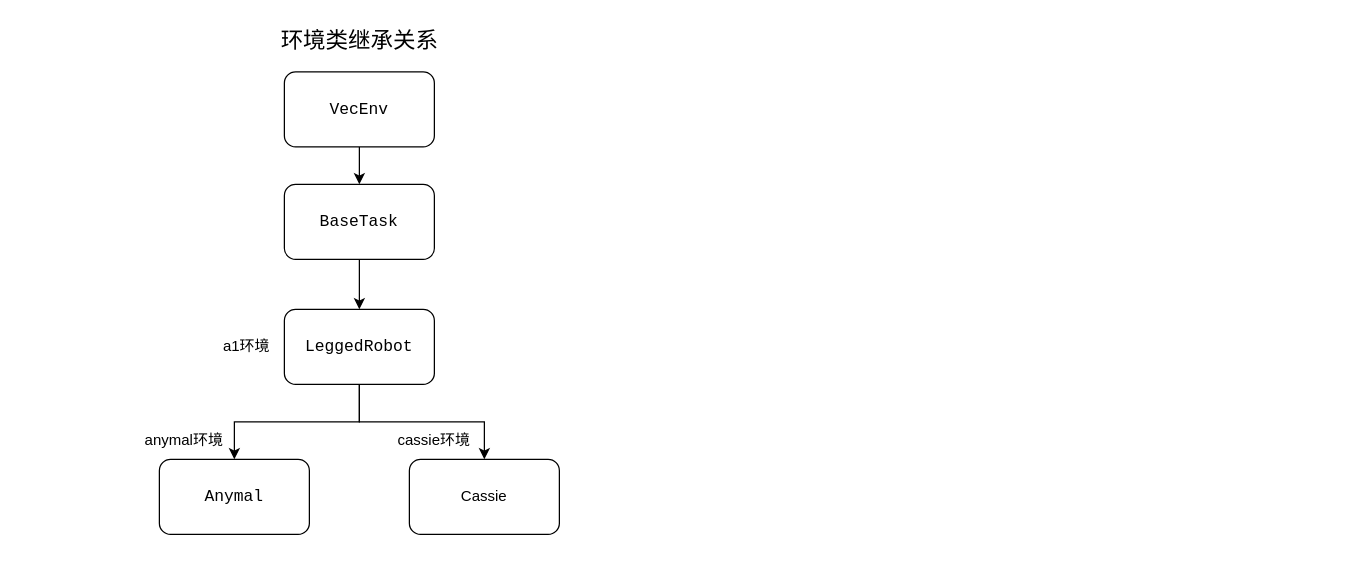
This is legged_gym.drawio from ChenZheng29/mm_legged_gym, a draw.io file, before an edit. Source tidied: cells renumbered, new cells numbered last; positions are measured from the earlier drawing's top-left corner, leaving out a move shared by most shapes. Both pictures are drawn from the tidied source at 125%, with x=0, y=0 at pixel (134, 21).
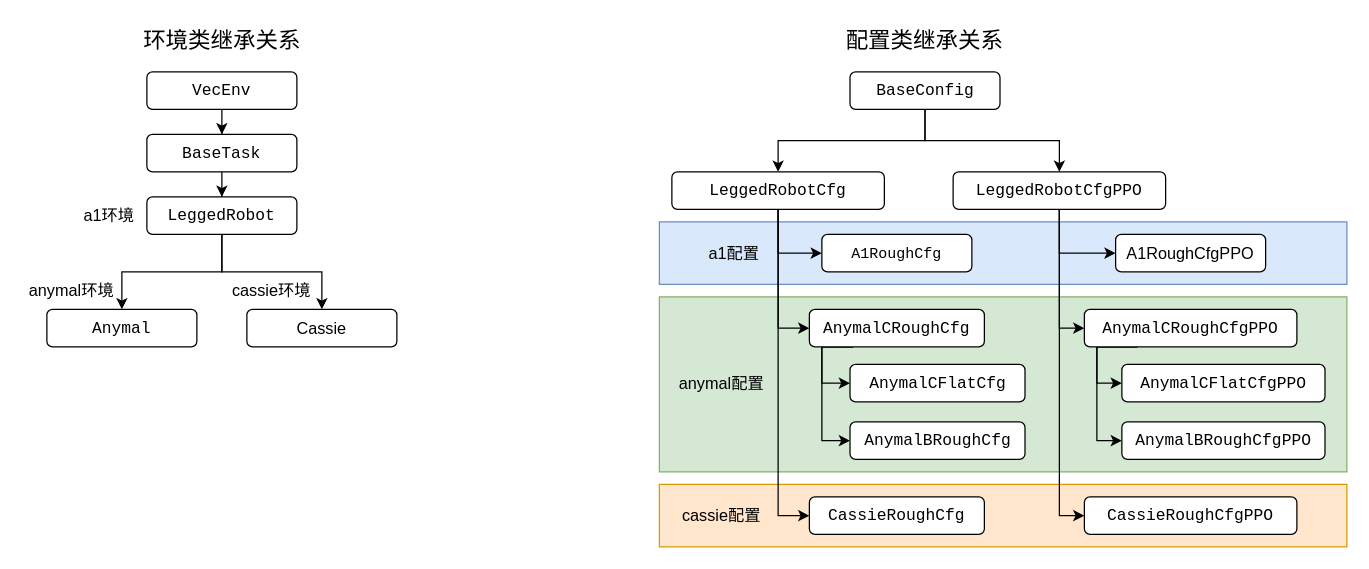
The same diagram, later.

What changed in the source:
```diff
@@
+    <mxCell id="15" style="whiteSpace=wrap;html=1;fillColor=#ffe6cc;strokeColor=#d79b00;" parent="1" vertex="1">
+      <mxGeometry x="420" y="370" width="550" height="50" as="geometry" />
+    </mxCell>
+    <mxCell id="16" style="whiteSpace=wrap;html=1;fillColor=#d5e8d4;strokeColor=#82b366;" parent="1" vertex="1">
+      <mxGeometry x="420" y="220" width="550" height="140" as="geometry" />
+    </mxCell>
+    <mxCell id="17" style="whiteSpace=wrap;html=1;fillColor=#dae8fc;strokeColor=#6c8ebf;" parent="1" vertex="1">
+      <mxGeometry x="420" y="160" width="550" height="50" as="geometry" />
+    </mxCell>
@@
-    <mxCell id="3" value="&lt;div&gt;&lt;pre style=&quot;font-family: &amp;quot;JetBrains Mono&amp;quot;, monospace; font-size: 9.8pt;&quot;&gt;&lt;font style=&quot;color: rgb(0, 0, 0);&quot;&gt;VecEnv&lt;/font&gt;&lt;/pre&gt;&lt;/div&gt;" style="rounded=1;whiteSpace=wrap;html=1;" parent="1" vertex="1">
-      <mxGeometry x="120" y="40" width="120" height="60" as="geometry" />
+    <mxCell id="3" value="&lt;div&gt;&lt;pre style=&quot;font-family: &amp;quot;JetBrains Mono&amp;quot;, monospace;&quot;&gt;&lt;font style=&quot;color: rgb(0, 0, 0); font-size: 13px;&quot;&gt;VecEnv&lt;/font&gt;&lt;/pre&gt;&lt;/div&gt;" style="rounded=1;whiteSpace=wrap;html=1;" parent="1" vertex="1">
+      <mxGeometry x="10" y="40" width="120" height="30" as="geometry" />
     </mxCell>
@@
     <mxCell id="5" value="&lt;div&gt;&lt;pre style=&quot;font-family: &amp;quot;JetBrains Mono&amp;quot;, monospace; font-size: 9.8pt;&quot;&gt;&lt;span&gt;&lt;font style=&quot;color: rgb(0, 0, 0);&quot;&gt;BaseTask&lt;/font&gt;&lt;/span&gt;&lt;/pre&gt;&lt;/div&gt;" style="whiteSpace=wrap;html=1;rounded=1;" parent="1" vertex="1">
-      <mxGeometry x="120" y="130" width="120" height="60" as="geometry" />
+      <mxGeometry x="10" y="90" width="120" height="30" as="geometry" />
     </mxCell>
@@
-    <mxCell id="8" value="&lt;div style=&quot;&quot;&gt;&lt;pre style=&quot;font-family: &amp;quot;JetBrains Mono&amp;quot;, monospace; font-size: 9.8pt;&quot;&gt;&lt;span&gt;&lt;font style=&quot;color: rgb(0, 0, 0);&quot;&gt;LeggedRobot&lt;/font&gt;&lt;/span&gt;&lt;/pre&gt;&lt;/div&gt;" style="whiteSpace=wrap;html=1;rounded=1;" parent="1" vertex="1">
-      <mxGeometry x="120" y="230" width="120" height="60" as="geometry" />
+    <mxCell id="8" value="&lt;div style=&quot;&quot;&gt;&lt;pre style=&quot;font-family: &amp;quot;JetBrains Mono&amp;quot;, monospace;&quot;&gt;&lt;font style=&quot;color: rgb(0, 0, 0); font-size: 13px;&quot;&gt;LeggedRobot&lt;/font&gt;&lt;/pre&gt;&lt;/div&gt;" style="whiteSpace=wrap;html=1;rounded=1;" parent="1" vertex="1">
+      <mxGeometry x="10" y="140" width="120" height="30" as="geometry" />
     </mxCell>
     <mxCell id="9" value="&lt;font style=&quot;font-size: 18px;&quot;&gt;环境类继承关系&lt;/font&gt;" style="text;strokeColor=none;align=center;fillColor=none;html=1;verticalAlign=middle;whiteSpace=wrap;rounded=0;" parent="1" vertex="1">
-      <mxGeometry x="112.5" width="135" height="30" as="geometry" />
+      <mxGeometry x="2.5" width="135" height="30" as="geometry" />
     </mxCell>
-    <mxCell id="10" value="a1环境" style="text;strokeColor=none;align=center;fillColor=none;html=1;verticalAlign=middle;whiteSpace=wrap;rounded=0;" parent="1" vertex="1">
-      <mxGeometry x="60" y="245" width="60" height="30" as="geometry" />
+    <mxCell id="10" value="&lt;font style=&quot;font-size: 13px;&quot;&gt;a1环境&lt;/font&gt;" style="text;strokeColor=none;align=center;fillColor=none;html=1;verticalAlign=middle;whiteSpace=wrap;rounded=0;" parent="1" vertex="1">
+      <mxGeometry x="-50" y="140" width="60" height="30" as="geometry" />
     </mxCell>
-    <mxCell id="11" value="&lt;div style=&quot;&quot;&gt;&lt;pre style=&quot;font-family: &amp;quot;JetBrains Mono&amp;quot;, monospace; font-size: 9.8pt;&quot;&gt;&lt;span&gt;&lt;font style=&quot;color: rgb(0, 0, 0);&quot;&gt;Anymal&lt;/font&gt;&lt;/span&gt;&lt;/pre&gt;&lt;/div&gt;" style="whiteSpace=wrap;html=1;rounded=1;" parent="1" vertex="1">
-      <mxGeometry x="20" y="350" width="120" height="60" as="geometry" />
+    <mxCell id="11" value="&lt;div style=&quot;&quot;&gt;&lt;pre style=&quot;font-family: &amp;quot;JetBrains Mono&amp;quot;, monospace;&quot;&gt;&lt;font style=&quot;color: rgb(0, 0, 0); font-size: 13px;&quot;&gt;Anymal&lt;/font&gt;&lt;/pre&gt;&lt;/div&gt;" style="whiteSpace=wrap;html=1;rounded=1;" parent="1" vertex="1">
+      <mxGeometry x="-70" y="230" width="120" height="30" as="geometry" />
     </mxCell>
-    <mxCell id="12" value="anymal环境" style="text;strokeColor=none;align=center;fillColor=none;html=1;verticalAlign=middle;whiteSpace=wrap;rounded=0;" parent="1" vertex="1">
-      <mxGeometry y="320" width="80" height="30" as="geometry" />
+    <mxCell id="12" value="&lt;font style=&quot;font-size: 13px;&quot;&gt;anymal环境&lt;/font&gt;" style="text;strokeColor=none;align=center;fillColor=none;html=1;verticalAlign=middle;whiteSpace=wrap;rounded=0;" parent="1" vertex="1">
+      <mxGeometry x="-90" y="200" width="80" height="30" as="geometry" />
     </mxCell>
-    <mxCell id="13" value="Cassie" style="whiteSpace=wrap;html=1;rounded=1;" parent="1" vertex="1">
-      <mxGeometry x="220" y="350" width="120" height="60" as="geometry" />
+    <mxCell id="13" value="&lt;font style=&quot;font-size: 13px;&quot;&gt;Cassie&lt;/font&gt;" style="whiteSpace=wrap;html=1;rounded=1;" parent="1" vertex="1">
+      <mxGeometry x="90" y="230" width="120" height="30" as="geometry" />
     </mxCell>
-    <mxCell id="14" value="cassie环境" style="text;strokeColor=none;align=center;fillColor=none;html=1;verticalAlign=middle;whiteSpace=wrap;rounded=0;" parent="1" vertex="1">
-      <mxGeometry x="200" y="320" width="80" height="30" as="geometry" />
+    <mxCell id="14" value="&lt;font style=&quot;font-size: 13px;&quot;&gt;cassie环境&lt;/font&gt;" style="text;strokeColor=none;align=center;fillColor=none;html=1;verticalAlign=middle;whiteSpace=wrap;rounded=0;" parent="1" vertex="1">
+      <mxGeometry x="70" y="200" width="80" height="30" as="geometry" />
     </mxCell>
+    <mxCell id="18" style="edgeStyle=orthogonalEdgeStyle;rounded=0;jettySize=auto;html=1;" parent="1" edge="1" source="20" target="24">
+      <mxGeometry relative="1" as="geometry" />
+    </mxCell>
+    <mxCell id="19" style="edgeStyle=orthogonalEdgeStyle;rounded=0;jettySize=auto;html=1;exitX=0.5;exitY=1;exitDx=0;exitDy=0;entryX=0.5;entryY=0;entryDx=0;entryDy=0;" parent="1" edge="1" source="20" target="32">
+      <mxGeometry relative="1" as="geometry" />
+    </mxCell>
+    <mxCell id="20" value="&lt;div&gt;&lt;pre style=&quot;font-family: &amp;quot;JetBrains Mono&amp;quot;, monospace;&quot;&gt;&lt;font style=&quot;color: rgb(0, 0, 0); font-size: 13px;&quot;&gt;BaseConfig&lt;/font&gt;&lt;/pre&gt;&lt;/div&gt;" style="rounded=1;whiteSpace=wrap;html=1;" parent="1" vertex="1">
+      <mxGeometry x="572.5" y="40" width="120" height="30" as="geometry" />
+    </mxCell>
+    <mxCell id="21" style="edgeStyle=orthogonalEdgeStyle;rounded=0;jettySize=auto;html=1;exitX=0.5;exitY=1;exitDx=0;exitDy=0;entryX=0;entryY=0.5;entryDx=0;entryDy=0;" parent="1" edge="1" source="24" target="34">
+      <mxGeometry relative="1" as="geometry" />
+    </mxCell>
+    <mxCell id="22" style="edgeStyle=orthogonalEdgeStyle;rounded=0;jettySize=auto;html=1;exitX=0.5;exitY=1;exitDx=0;exitDy=0;entryX=0;entryY=0.5;entryDx=0;entryDy=0;" parent="1" edge="1" source="24" target="44">
+      <mxGeometry relative="1" as="geometry" />
+    </mxCell>
+    <mxCell id="23" style="edgeStyle=orthogonalEdgeStyle;rounded=0;jettySize=auto;html=1;exitX=0.5;exitY=1;exitDx=0;exitDy=0;entryX=0;entryY=0.5;entryDx=0;entryDy=0;" parent="1" edge="1" source="24" target="39">
+      <mxGeometry relative="1" as="geometry" />
+    </mxCell>
+    <mxCell id="24" value="&lt;pre style=&quot;&quot;&gt;&lt;font face=&quot;JetBrains Mono, monospace&quot;&gt;&lt;font style=&quot;font-size: 13px;&quot;&gt;LeggedRobotCfgPPO&lt;/font&gt;&lt;span style=&quot;font-size: 9.8pt;&quot;&gt;&lt;/span&gt;&lt;/font&gt;&lt;/pre&gt;" style="whiteSpace=wrap;html=1;rounded=1;" parent="1" vertex="1">
+      <mxGeometry x="655" y="120" width="170" height="30" as="geometry" />
+    </mxCell>
+    <mxCell id="25" value="&lt;font style=&quot;font-size: 18px;&quot;&gt;配置类继承关系&lt;/font&gt;" style="text;strokeColor=none;align=center;fillColor=none;html=1;verticalAlign=middle;whiteSpace=wrap;rounded=0;" parent="1" vertex="1">
+      <mxGeometry x="565" width="135" height="30" as="geometry" />
+    </mxCell>
+    <mxCell id="26" value="&lt;font style=&quot;font-size: 13px;&quot;&gt;a1配置&lt;/font&gt;" style="text;strokeColor=none;align=center;fillColor=none;html=1;verticalAlign=middle;whiteSpace=wrap;rounded=0;" parent="1" vertex="1">
+      <mxGeometry x="450" y="170" width="60" height="30" as="geometry" />
+    </mxCell>
+    <mxCell id="27" value="&lt;font style=&quot;font-size: 13px;&quot;&gt;anymal配置&lt;/font&gt;" style="text;strokeColor=none;align=center;fillColor=none;html=1;verticalAlign=middle;whiteSpace=wrap;rounded=0;" parent="1" vertex="1">
+      <mxGeometry x="430" y="274" width="80" height="30" as="geometry" />
+    </mxCell>
+    <mxCell id="28" value="&lt;font style=&quot;font-size: 13px;&quot;&gt;cassie配置&lt;/font&gt;" style="text;strokeColor=none;align=center;fillColor=none;html=1;verticalAlign=middle;whiteSpace=wrap;rounded=0;" parent="1" vertex="1">
+      <mxGeometry x="430" y="380" width="80" height="30" as="geometry" />
+    </mxCell>
+    <mxCell id="29" style="edgeStyle=orthogonalEdgeStyle;rounded=0;jettySize=auto;html=1;exitX=0.5;exitY=1;exitDx=0;exitDy=0;entryX=0;entryY=0.5;entryDx=0;entryDy=0;" parent="1" edge="1" source="32" target="33">
+      <mxGeometry relative="1" as="geometry">
+        <Array as="points">
+          <mxPoint x="515" y="185" />
+        </Array>
+      </mxGeometry>
+    </mxCell>
+    <mxCell id="30" style="edgeStyle=orthogonalEdgeStyle;rounded=0;jettySize=auto;html=1;exitX=0.5;exitY=1;exitDx=0;exitDy=0;entryX=0;entryY=0.5;entryDx=0;entryDy=0;" parent="1" edge="1" source="32" target="37">
+      <mxGeometry relative="1" as="geometry" />
+    </mxCell>
+    <mxCell id="31" style="edgeStyle=orthogonalEdgeStyle;rounded=0;jettySize=auto;html=1;exitX=0.5;exitY=1;exitDx=0;exitDy=0;entryX=0;entryY=0.5;entryDx=0;entryDy=0;" parent="1" edge="1" source="32" target="38">
+      <mxGeometry relative="1" as="geometry" />
+    </mxCell>
+    <mxCell id="32" value="&lt;pre style=&quot;&quot;&gt;&lt;font style=&quot;font-size: 13px;&quot; face=&quot;JetBrains Mono, monospace&quot;&gt;LeggedRobotCfg&lt;/font&gt;&lt;/pre&gt;" style="whiteSpace=wrap;html=1;rounded=1;" parent="1" vertex="1">
+      <mxGeometry x="430" y="120" width="170" height="30" as="geometry" />
+    </mxCell>
+    <mxCell id="33" value="&lt;div style=&quot;&quot;&gt;&lt;pre style=&quot;&quot;&gt;&lt;font face=&quot;JetBrains Mono, monospace&quot;&gt;&lt;font&gt;A1RoughCfg&lt;/font&gt;&lt;span style=&quot;font-size: 9.8pt;&quot;&gt;&lt;/span&gt;&lt;/font&gt;&lt;/pre&gt;&lt;/div&gt;" style="whiteSpace=wrap;html=1;rounded=1;" parent="1" vertex="1">
+      <mxGeometry x="550" y="170" width="120" height="30" as="geometry" />
+    </mxCell>
+    <mxCell id="34" value="&lt;font style=&quot;font-size: 13px;&quot;&gt;A1RoughCfgPPO&lt;/font&gt;" style="whiteSpace=wrap;html=1;rounded=1;" parent="1" vertex="1">
+      <mxGeometry x="785" y="170" width="120" height="30" as="geometry" />
+    </mxCell>
+    <mxCell id="35" style="edgeStyle=orthogonalEdgeStyle;rounded=0;jettySize=auto;html=1;exitX=0.25;exitY=1;exitDx=0;exitDy=0;entryX=0;entryY=0.5;entryDx=0;entryDy=0;" parent="1" edge="1" source="37" target="40">
+      <mxGeometry relative="1" as="geometry">
+        <Array as="points">
+          <mxPoint x="550" y="260" />
+          <mxPoint x="550" y="289" />
+        </Array>
+      </mxGeometry>
+    </mxCell>
+    <mxCell id="36" style="edgeStyle=orthogonalEdgeStyle;rounded=0;jettySize=auto;html=1;exitX=0.25;exitY=1;exitDx=0;exitDy=0;entryX=0;entryY=0.5;entryDx=0;entryDy=0;" parent="1" edge="1" source="37" target="41">
+      <mxGeometry relative="1" as="geometry">
+        <Array as="points">
+          <mxPoint x="550" y="260" />
+          <mxPoint x="550" y="335" />
+        </Array>
+      </mxGeometry>
+    </mxCell>
+    <mxCell id="37" value="&lt;div style=&quot;&quot;&gt;&lt;pre style=&quot;&quot;&gt;&lt;font style=&quot;font-size: 13px;&quot; face=&quot;JetBrains Mono, monospace&quot;&gt;AnymalCRoughCfg&lt;/font&gt;&lt;/pre&gt;&lt;/div&gt;" style="whiteSpace=wrap;html=1;rounded=1;" parent="1" vertex="1">
+      <mxGeometry x="540" y="230" width="140" height="30" as="geometry" />
+    </mxCell>
+    <mxCell id="38" value="&lt;div style=&quot;&quot;&gt;&lt;pre style=&quot;&quot;&gt;&lt;font style=&quot;font-size: 13px;&quot; face=&quot;JetBrains Mono, monospace&quot;&gt;CassieRoughCfg&lt;/font&gt;&lt;/pre&gt;&lt;/div&gt;" style="whiteSpace=wrap;html=1;rounded=1;" parent="1" vertex="1">
+      <mxGeometry x="540" y="380" width="140" height="30" as="geometry" />
+    </mxCell>
+    <mxCell id="39" value="&lt;div style=&quot;&quot;&gt;&lt;pre style=&quot;&quot;&gt;&lt;font style=&quot;font-size: 13px;&quot; face=&quot;JetBrains Mono, monospace&quot;&gt;CassieRoughCfgPPO&lt;/font&gt;&lt;/pre&gt;&lt;/div&gt;" style="whiteSpace=wrap;html=1;rounded=1;" parent="1" vertex="1">
+      <mxGeometry x="760" y="380" width="170" height="30" as="geometry" />
+    </mxCell>
+    <mxCell id="40" value="&lt;div style=&quot;&quot;&gt;&lt;pre style=&quot;&quot;&gt;&lt;font face=&quot;JetBrains Mono, monospace&quot;&gt;&lt;span style=&quot;font-size: 13px;&quot;&gt;AnymalCFlatCfg&lt;/span&gt;&lt;/font&gt;&lt;/pre&gt;&lt;/div&gt;" style="whiteSpace=wrap;html=1;rounded=1;" parent="1" vertex="1">
+      <mxGeometry x="572.5" y="274" width="140" height="30" as="geometry" />
+    </mxCell>
+    <mxCell id="41" value="&lt;div style=&quot;&quot;&gt;&lt;pre style=&quot;&quot;&gt;&lt;font face=&quot;JetBrains Mono, monospace&quot;&gt;&lt;span style=&quot;font-size: 13px;&quot;&gt;AnymalBRoughCfg&lt;/span&gt;&lt;/font&gt;&lt;/pre&gt;&lt;/div&gt;" style="whiteSpace=wrap;html=1;rounded=1;" parent="1" vertex="1">
+      <mxGeometry x="572.5" y="320" width="140" height="30" as="geometry" />
+    </mxCell>
+    <mxCell id="42" style="edgeStyle=orthogonalEdgeStyle;rounded=0;jettySize=auto;html=1;exitX=0.25;exitY=1;exitDx=0;exitDy=0;entryX=0;entryY=0.5;entryDx=0;entryDy=0;" parent="1" edge="1" source="44" target="45">
+      <mxGeometry relative="1" as="geometry">
+        <Array as="points">
+          <mxPoint x="770" y="260" />
+          <mxPoint x="770" y="289" />
+        </Array>
+      </mxGeometry>
+    </mxCell>
+    <mxCell id="43" style="edgeStyle=orthogonalEdgeStyle;rounded=0;jettySize=auto;html=1;exitX=0.25;exitY=1;exitDx=0;exitDy=0;entryX=0;entryY=0.5;entryDx=0;entryDy=0;" parent="1" edge="1" source="44" target="46">
+      <mxGeometry relative="1" as="geometry">
+        <Array as="points">
+          <mxPoint x="770" y="260" />
+          <mxPoint x="770" y="335" />
+        </Array>
+      </mxGeometry>
+    </mxCell>
+    <mxCell id="44" value="&lt;div style=&quot;&quot;&gt;&lt;pre style=&quot;&quot;&gt;&lt;pre&gt;&lt;font style=&quot;font-size: 13px;&quot; face=&quot;JetBrains Mono, monospace&quot;&gt;AnymalCRoughCfgPPO&lt;/font&gt;&lt;/pre&gt;&lt;/pre&gt;&lt;/div&gt;" style="whiteSpace=wrap;html=1;rounded=1;" parent="1" vertex="1">
+      <mxGeometry x="760" y="230" width="170" height="30" as="geometry" />
+    </mxCell>
+    <mxCell id="45" value="&lt;div style=&quot;&quot;&gt;&lt;pre style=&quot;&quot;&gt;&lt;pre&gt;&lt;font face=&quot;JetBrains Mono, monospace&quot;&gt;&lt;span style=&quot;font-size: 13px;&quot;&gt;AnymalCFlatCfgPPO&lt;/span&gt;&lt;/font&gt;&lt;/pre&gt;&lt;/pre&gt;&lt;/div&gt;" style="whiteSpace=wrap;html=1;rounded=1;" parent="1" vertex="1">
+      <mxGeometry x="790" y="274" width="162.5" height="30" as="geometry" />
+    </mxCell>
+    <mxCell id="46" value="&lt;div style=&quot;&quot;&gt;&lt;pre style=&quot;&quot;&gt;&lt;font face=&quot;JetBrains Mono, monospace&quot;&gt;&lt;span style=&quot;font-size: 13px;&quot;&gt;AnymalBRoughCfgPPO&lt;/span&gt;&lt;/font&gt;&lt;/pre&gt;&lt;/div&gt;" style="whiteSpace=wrap;html=1;rounded=1;" parent="1" vertex="1">
+      <mxGeometry x="790" y="320" width="162.5" height="30" as="geometry" />
+    </mxCell>
```
